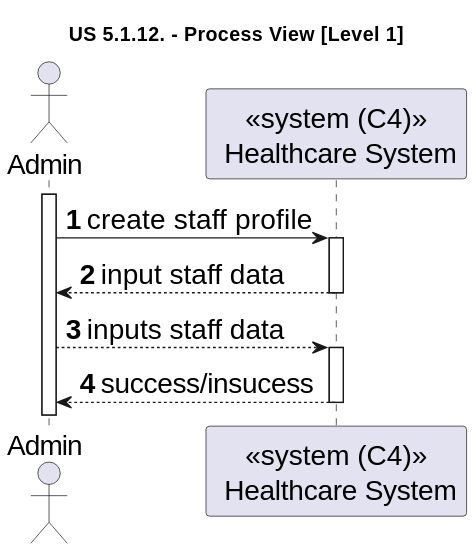
Before: docs/sprint-1/1220841/us-5.1.12/diagrams/level-1-process-view.svg, a diagram exported from PlantUML (rita-barbosa/LAPR5-2425).
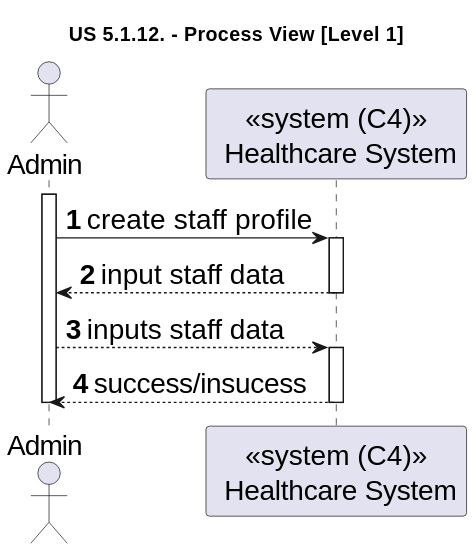
Later version of the same file.

Commit message:
DG38-76 | docs: updates process view diagrams.

The edit, as a diff of the source:
```diff
@@ -20,4 +20,5 @@
 
 SYS --> ADM : success/insucess
 deactivate SYS
+deactivate ADM
 @enduml
```
